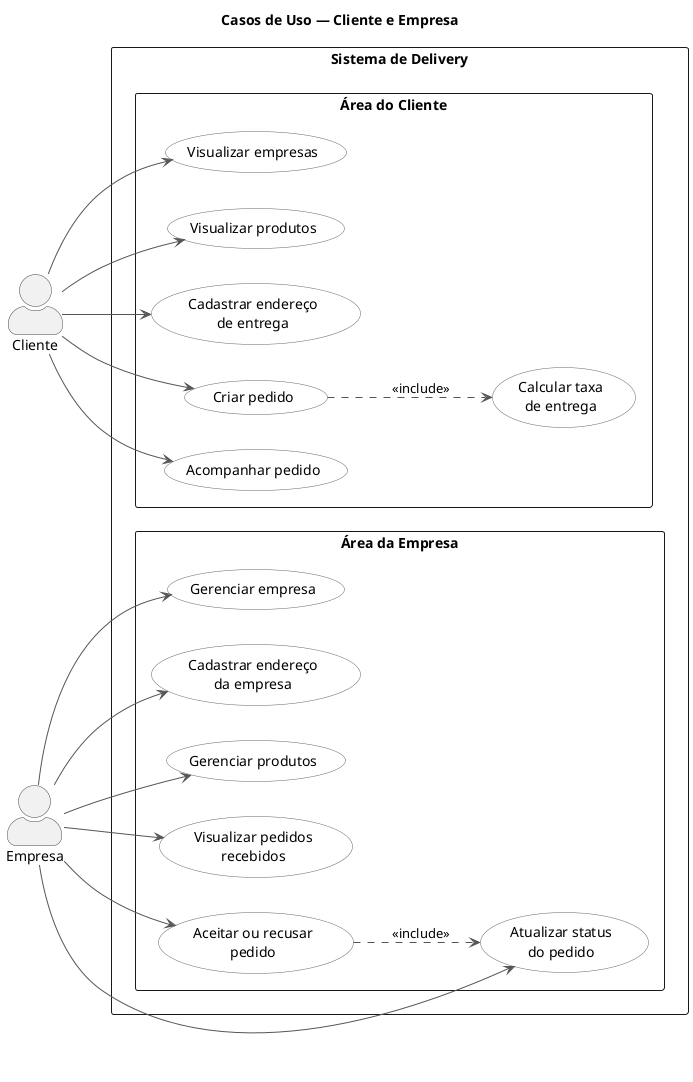
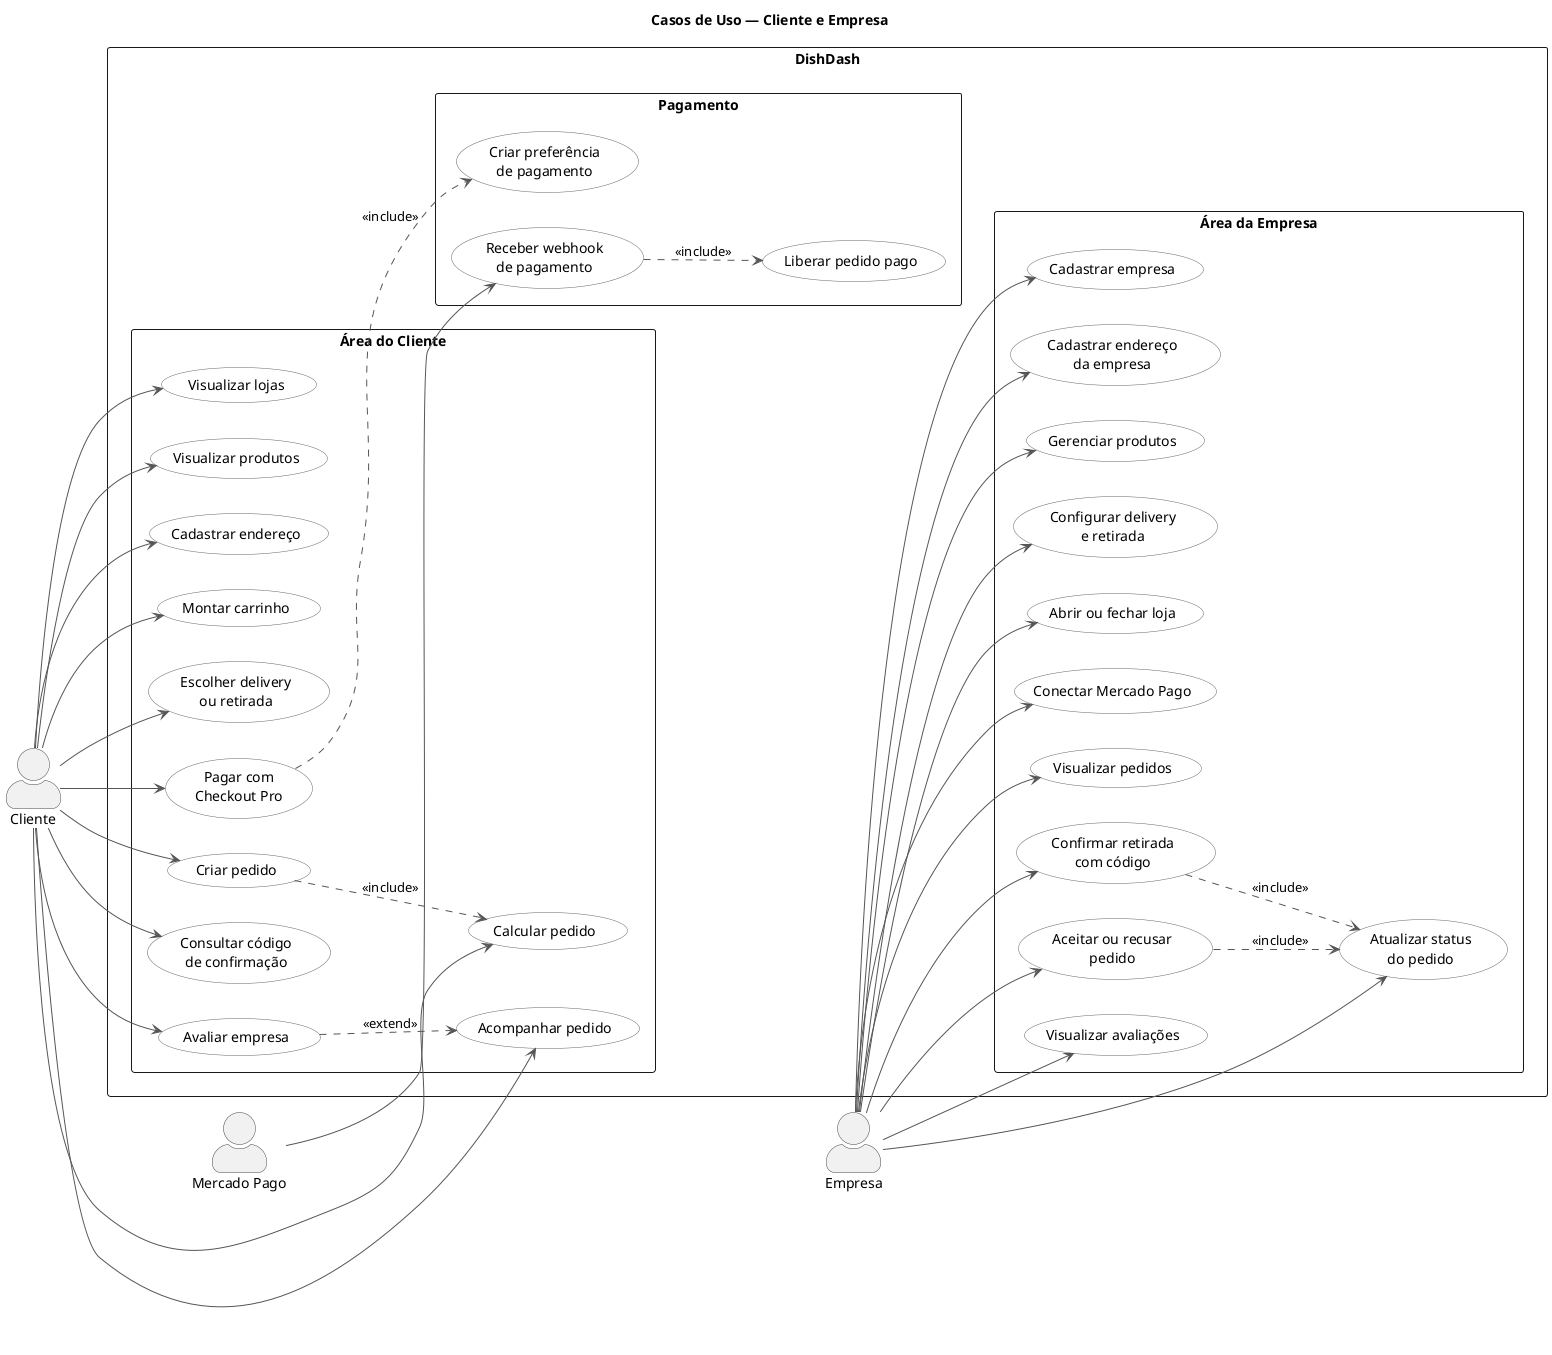
@startuml
title Casos de Uso — Cliente e Empresa

left to right direction

skinparam shadowing false
skinparam packageStyle rectangle
skinparam actorStyle awesome
+ skinparam ArrowColor #555555

skinparam usecase {
  BackgroundColor white
  BorderColor #666666
}

skinparam actor {
  BorderColor #444444
}

- skinparam ArrowColor #555555
- 
actor "Cliente" as Cliente
actor "Empresa" as Empresa
+ actor "Mercado Pago" as MercadoPago

- rectangle "Sistema de Delivery" {
+ rectangle "DishDash" {

-   package "Área do Cliente" as ClienteArea {
-     usecase "Visualizar empresas" as UC06
-     usecase "Visualizar produtos" as UC07
-     usecase "Cadastrar endereço\nde entrega" as UC08
-     usecase "Criar pedido" as UC09
-     usecase "Calcular taxa\nde entrega" as UC10
-     usecase "Acompanhar pedido" as UC11
+   rectangle "Área do Cliente" as AreaCliente {
+     usecase "Visualizar lojas" as C01
+     usecase "Visualizar produtos" as C02
+     usecase "Cadastrar endereço" as C03
+     usecase "Montar carrinho" as C04
+     usecase "Calcular pedido" as C05
+     usecase "Escolher delivery\nou retirada" as C06
+     usecase "Criar pedido" as C07
+     usecase "Pagar com\nCheckout Pro" as C08
+     usecase "Acompanhar pedido" as C09
+     usecase "Consultar código\nde confirmação" as C10
+     usecase "Avaliar empresa" as C11
  }

-   package "Área da Empresa" as EmpresaArea {
-     usecase "Gerenciar empresa" as UC03
-     usecase "Cadastrar endereço\nda empresa" as UC04
-     usecase "Gerenciar produtos" as UC05
-     usecase "Visualizar pedidos\nrecebidos" as UC12
-     usecase "Aceitar ou recusar\npedido" as UC13
-     usecase "Atualizar status\ndo pedido" as UC14
+   rectangle "Pagamento" as AreaPagamento {
+     usecase "Criar preferência\nde pagamento" as P01
+     usecase "Receber webhook\nde pagamento" as P02
+     usecase "Liberar pedido pago" as P03
+   }
+ 
+   rectangle "Área da Empresa" as AreaEmpresa {
+     usecase "Cadastrar empresa" as E01
+     usecase "Cadastrar endereço\nda empresa" as E02
+     usecase "Gerenciar produtos" as E03
+     usecase "Configurar delivery\ne retirada" as E04
+     usecase "Abrir ou fechar loja" as E05
+     usecase "Conectar Mercado Pago" as E06
+     usecase "Visualizar pedidos" as E07
+     usecase "Aceitar ou recusar\npedido" as E08
+     usecase "Atualizar status\ndo pedido" as E09
+     usecase "Confirmar retirada\ncom código" as E10
+     usecase "Visualizar avaliações" as E11
  }
}

- Cliente --> UC06
- Cliente --> UC07
- Cliente --> UC08
- Cliente --> UC09
- Cliente --> UC11
+ ' Associações do Cliente
+ Cliente --> C01
+ Cliente --> C02
+ Cliente --> C03
+ Cliente --> C04
+ Cliente --> C05
+ Cliente --> C06
+ Cliente --> C07
+ Cliente --> C08
+ Cliente --> C09
+ Cliente --> C10
+ Cliente --> C11

- Empresa --> UC03
- Empresa --> UC04
- Empresa --> UC05
- Empresa --> UC12
- Empresa --> UC13
- Empresa --> UC14
+ ' Associações da Empresa
+ Empresa --> E01
+ Empresa --> E02
+ Empresa --> E03
+ Empresa --> E04
+ Empresa --> E05
+ Empresa --> E06
+ Empresa --> E07
+ Empresa --> E08
+ Empresa --> E09
+ Empresa --> E10
+ Empresa --> E11

- UC09 ..> UC10 : <<include>>
- UC13 ..> UC14 : <<include>>
+ ' Integração externa
+ MercadoPago --> P02
+ 
+ ' Relacionamentos include/extend
+ C07 ..> C05 : <<include>>
+ C08 ..> P01 : <<include>>
+ P02 ..> P03 : <<include>>
+ E08 ..> E09 : <<include>>
+ E10 ..> E09 : <<include>>
+ C11 ..> C09 : <<extend>>
+ 
+ ' Ligações ocultas para ajudar no layout
+ C11 -[hidden]-> P01
+ P03 -[hidden]-> E01

@enduml